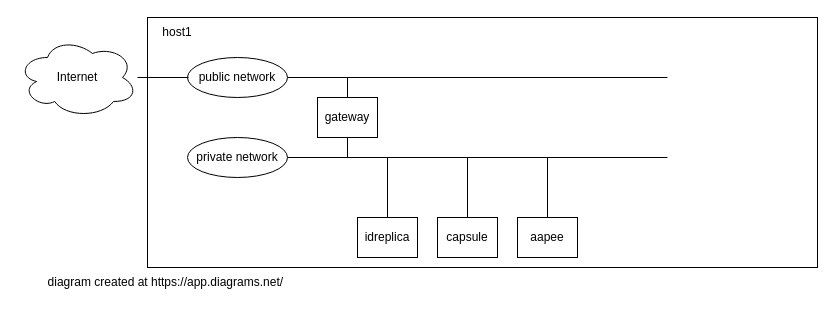
Earlier version of the draw.io diagram source-network.drawio (nickhardiman/ansible-playbook-source). Source tidied: cells renumbered, new cells numbered last; positions are measured from the earlier drawing's top-left corner, leaving out a move shared by most shapes. Both pictures are drawn from the tidied source at 100%, with x=0, y=0 at pixel (17, 17).
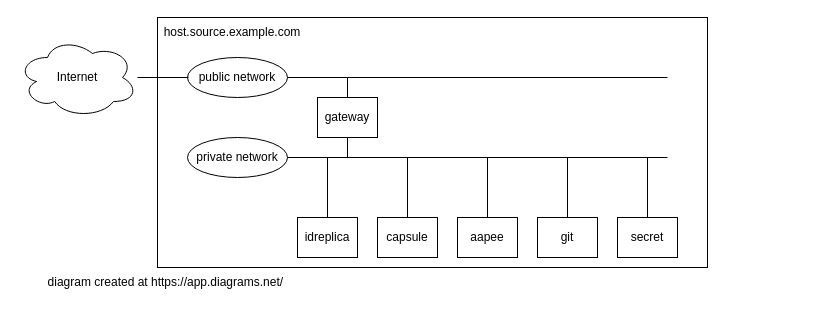
Above is the later version.

The edit, as a diff of the source:
```diff
@@
     <mxCell id="2" style="rounded=0;whiteSpace=wrap;html=1;" parent="1" vertex="1">
-      <mxGeometry x="130" width="670" height="250" as="geometry" />
+      <mxGeometry x="140" width="550" height="250" as="geometry" />
     </mxCell>
@@
-    <mxCell id="4" value="host1" style="text;html=1;strokeColor=none;fillColor=none;align=center;verticalAlign=middle;whiteSpace=wrap;rounded=0;" parent="1" vertex="1">
-      <mxGeometry x="130" width="60" height="30" as="geometry" />
+    <mxCell id="4" value="host.source.example.com" style="text;html=1;strokeColor=none;fillColor=none;align=center;verticalAlign=middle;whiteSpace=wrap;rounded=0;" parent="1" vertex="1">
+      <mxGeometry x="140" width="150" height="30" as="geometry" />
     </mxCell>
@@
     <mxCell id="11" style="endArrow=none;html=1;rounded=0;" parent="1" edge="1">
       <mxGeometry relative="1" as="geometry">
-        <mxPoint x="370" y="200" as="sourcePoint" />
-        <mxPoint x="370" y="140" as="targetPoint" />
+        <mxPoint x="310" y="200" as="sourcePoint" />
+        <mxPoint x="310" y="140" as="targetPoint" />
       </mxGeometry>
     </mxCell>
     <mxCell id="12" style="endArrow=none;html=1;rounded=0;" parent="1" edge="1">
       <mxGeometry relative="1" as="geometry">
-        <mxPoint x="450" y="200" as="sourcePoint" />
-        <mxPoint x="450" y="140" as="targetPoint" />
+        <mxPoint x="390" y="200" as="sourcePoint" />
+        <mxPoint x="390" y="140" as="targetPoint" />
       </mxGeometry>
     </mxCell>
     <mxCell id="13" style="endArrow=none;html=1;rounded=0;" parent="1" edge="1">
       <mxGeometry relative="1" as="geometry">
-        <mxPoint x="530" y="200" as="sourcePoint" />
-        <mxPoint x="530" y="140" as="targetPoint" />
+        <mxPoint x="470" y="200" as="sourcePoint" />
+        <mxPoint x="470" y="140" as="targetPoint" />
       </mxGeometry>
     </mxCell>
     <mxCell id="14" value="idreplica" style="rounded=0;whiteSpace=wrap;html=1;" parent="1" vertex="1">
-      <mxGeometry x="340" y="200" width="60" height="40" as="geometry" />
+      <mxGeometry x="280" y="200" width="60" height="40" as="geometry" />
     </mxCell>
     <mxCell id="15" value="capsule" style="rounded=0;whiteSpace=wrap;html=1;" parent="1" vertex="1">
-      <mxGeometry x="420" y="200" width="60" height="40" as="geometry" />
+      <mxGeometry x="360" y="200" width="60" height="40" as="geometry" />
     </mxCell>
     <mxCell id="16" value="aapee" style="rounded=0;whiteSpace=wrap;html=1;" parent="1" vertex="1">
-      <mxGeometry x="500" y="200" width="60" height="40" as="geometry" />
+      <mxGeometry x="440" y="200" width="60" height="40" as="geometry" />
     </mxCell>
@@
+    <mxCell id="19" style="endArrow=none;html=1;rounded=0;" parent="1" edge="1">
+      <mxGeometry relative="1" as="geometry">
+        <mxPoint x="550" y="200" as="sourcePoint" />
+        <mxPoint x="550" y="140" as="targetPoint" />
+      </mxGeometry>
+    </mxCell>
+    <mxCell id="20" style="endArrow=none;html=1;rounded=0;" parent="1" edge="1">
+      <mxGeometry relative="1" as="geometry">
+        <mxPoint x="630" y="200" as="sourcePoint" />
+        <mxPoint x="630" y="140" as="targetPoint" />
+      </mxGeometry>
+    </mxCell>
+    <mxCell id="21" value="git" style="rounded=0;whiteSpace=wrap;html=1;" parent="1" vertex="1">
+      <mxGeometry x="520" y="200" width="60" height="40" as="geometry" />
+    </mxCell>
+    <mxCell id="22" value="secret" style="rounded=0;whiteSpace=wrap;html=1;" parent="1" vertex="1">
+      <mxGeometry x="600" y="200" width="60" height="40" as="geometry" />
+    </mxCell>
```
